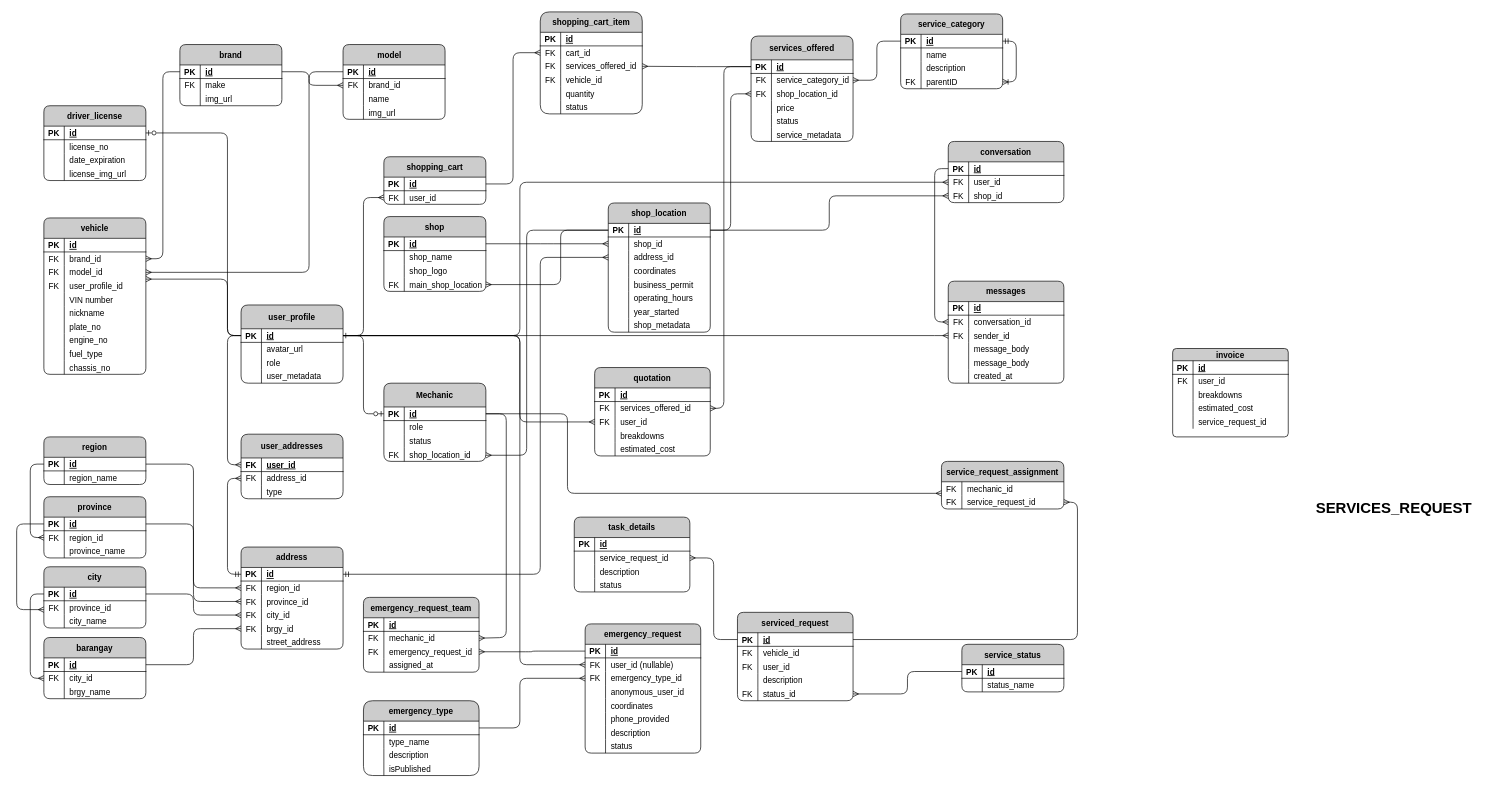
Before: Automate ERD.drawio in PitZza04/drawIO, a draw.io diagram. Source tidied: cells renumbered, new cells numbered last; positions are measured from the earlier drawing's top-left corner, leaving out a move shared by most shapes. Both pictures are drawn from the tidied source at 68%, with x=0, y=0 at pixel (16, 12).
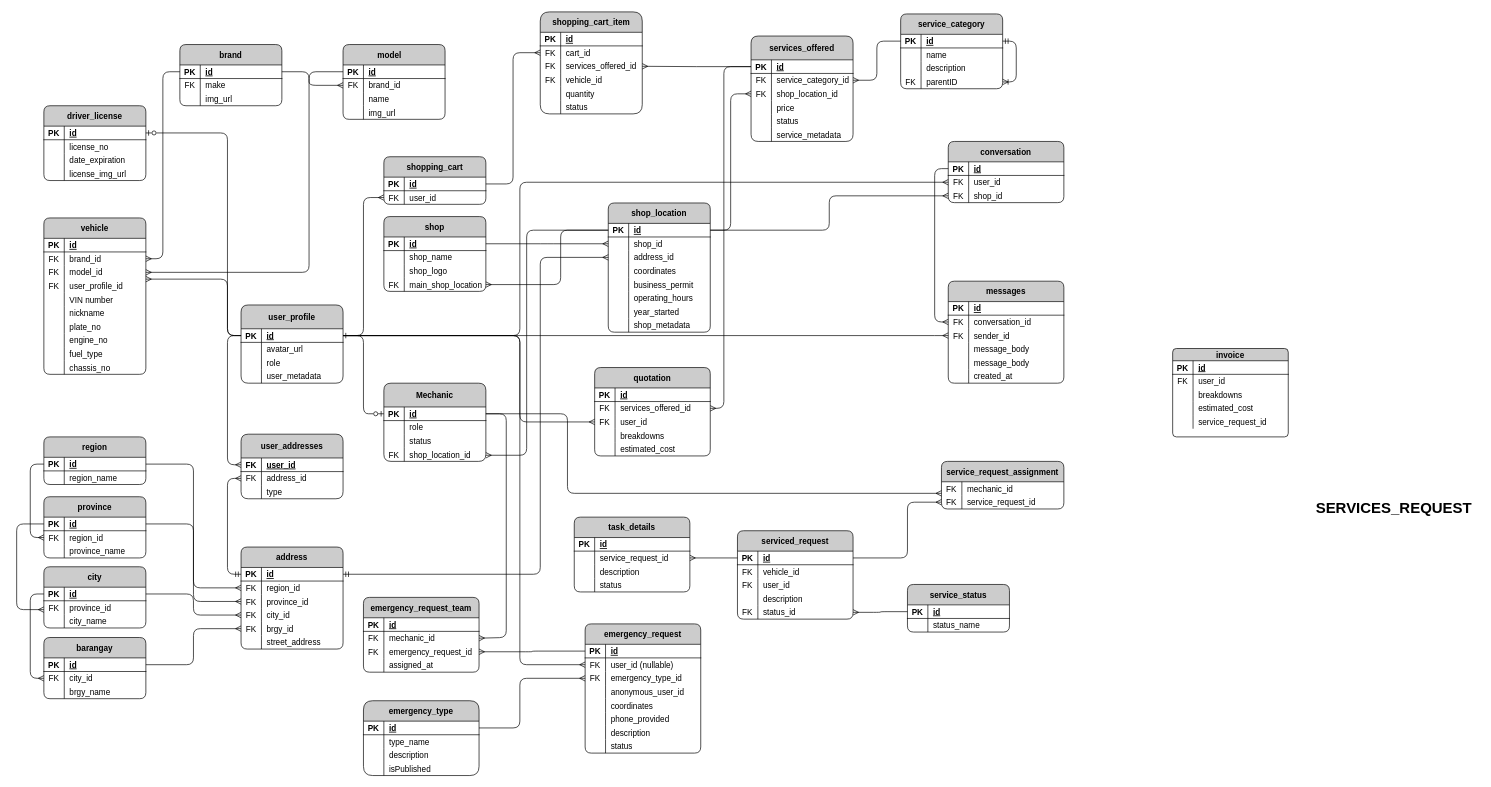
After the change.

Unchanged cells that the change refers to:
```xml
<mxCell id="324" style="shape=partialRectangle;fillColor=none;top=0;left=0;bottom=1;right=0;points=[[0,0.5],[1,0.5]];portConstraint=eastwest;shadow=0;" parent="323" vertex="1">
  <mxGeometry y="30" width="170" height="20" as="geometry" />
</mxCell>
<mxCell id="398" style="shape=partialRectangle;fillColor=none;top=0;left=0;bottom=0;right=0;points=[[0,0.5],[1,0.5]];portConstraint=eastwest;shadow=0;" parent="394" vertex="1">
  <mxGeometry y="50" width="180" height="20" as="geometry" />
</mxCell>
```

Diff of the diagram source:
```diff
@@
     <mxCell id="323" value="serviced_request" style="shape=table;startSize=30;childLayout=tableLayout;rowLines=0;fontStyle=1;align=center;fillColor=#CCCCCC;strokeColor=#000000;rounded=1;arcSize=10;shadow=0;" parent="1" vertex="1">
-      <mxGeometry x="1060" y="883" width="170" height="130" as="geometry" />
+      <mxGeometry x="1060" y="763" width="170" height="130" as="geometry" />
     </mxCell>
@@
     <mxCell id="401" value="service_status" style="shape=table;startSize=30;childLayout=tableLayout;rowLines=0;fontStyle=1;align=center;fillColor=#CCCCCC;strokeColor=#000000;rounded=1;arcSize=10;shadow=0;" parent="1" vertex="1">
-      <mxGeometry x="1390" y="930" width="150" height="70" as="geometry" />
+      <mxGeometry x="1310" y="842" width="150" height="70" as="geometry" />
     </mxCell>
@@
-    <mxCell id="415" style="edgeStyle=orthogonalEdgeStyle;rounded=1;jettySize=auto;html=1;exitX=1;exitY=0.5;exitDx=0;exitDy=0;entryX=1;entryY=0.5;entryDx=0;entryDy=0;endArrow=ERmany;endFill=0;" parent="1" edge="1" source="324" target="398">
-      <mxGeometry relative="1" as="geometry" />
+    <mxCell id="415" style="edgeStyle=orthogonalEdgeStyle;rounded=1;jettySize=auto;html=1;exitX=1;exitY=0.5;exitDx=0;exitDy=0;endArrow=ERmany;endFill=0;" parent="1" edge="1" source="324" target="398">
+      <mxGeometry relative="1" as="geometry">
+        <Array as="points">
+          <mxPoint x="1310" y="803" />
+          <mxPoint x="1310" y="721" />
+        </Array>
+      </mxGeometry>
     </mxCell>
```
